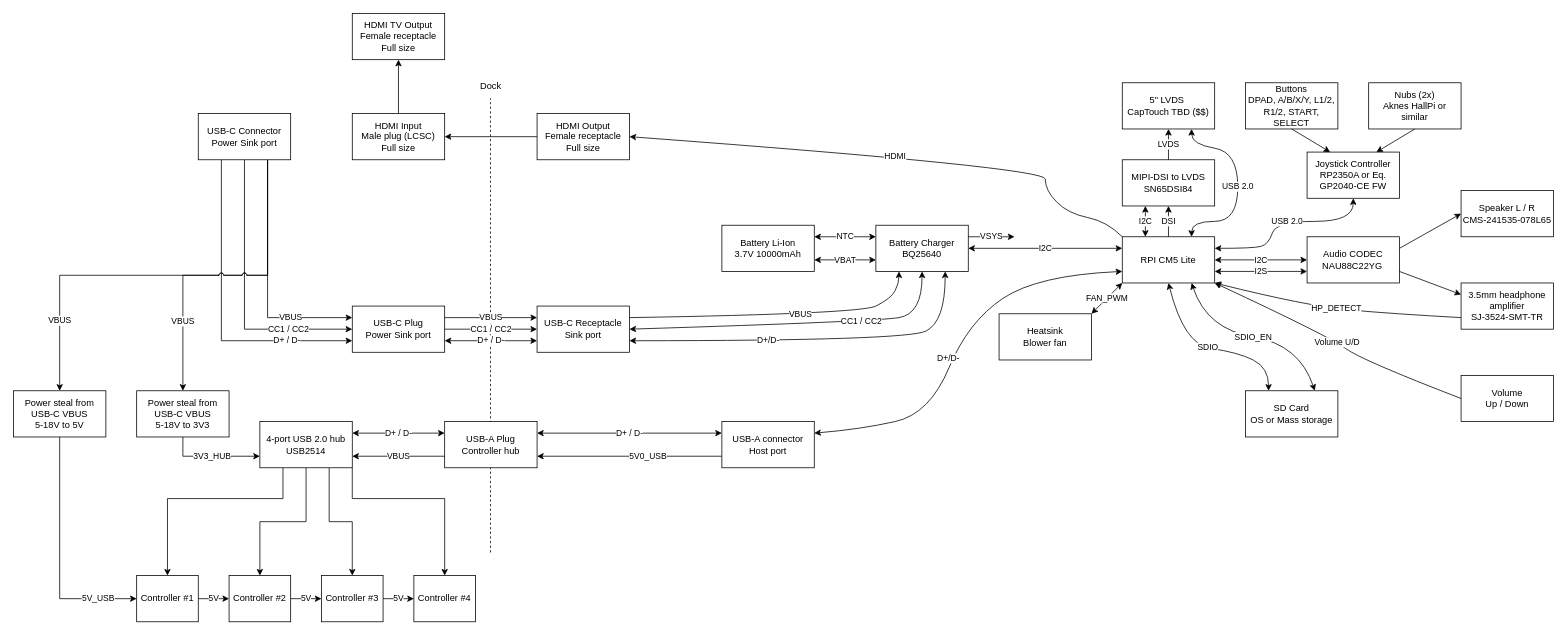
This is page "High-level overview" (1 of 2) of hardware/Rev1_00-0a/block diagram/Consolation - Block diagram.drawio from lecejeff/Consolation, a draw.io file, before an edit. Source tidied: cells renumbered, new cells numbered last; positions are measured from the earlier drawing's top-left corner, leaving out a move shared by most shapes. Both pictures are drawn from the tidied source at 77%, with x=0, y=0 at pixel (13, 13).
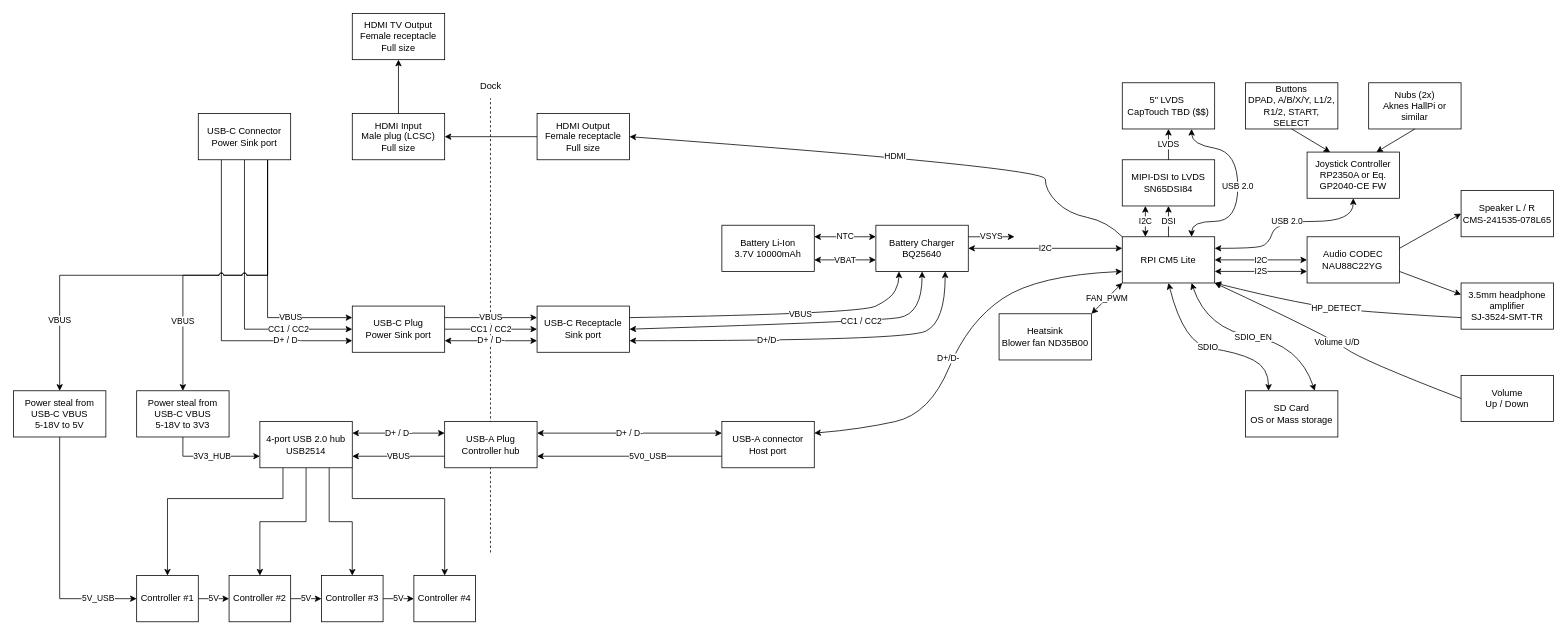
The same diagram, later.

Change to the diagram source:
```diff
@@
-    <mxCell id="34" value="Heatsink&lt;br&gt;Blower fan" style="rounded=0;whiteSpace=wrap;html=1;" parent="1" vertex="1">
+    <mxCell id="34" value="Heatsink&lt;br&gt;Blower fan ND35B00" style="rounded=0;whiteSpace=wrap;html=1;" parent="1" vertex="1">
       <mxGeometry x="1280" y="390" width="120" height="60" as="geometry" />
     </mxCell>
```
